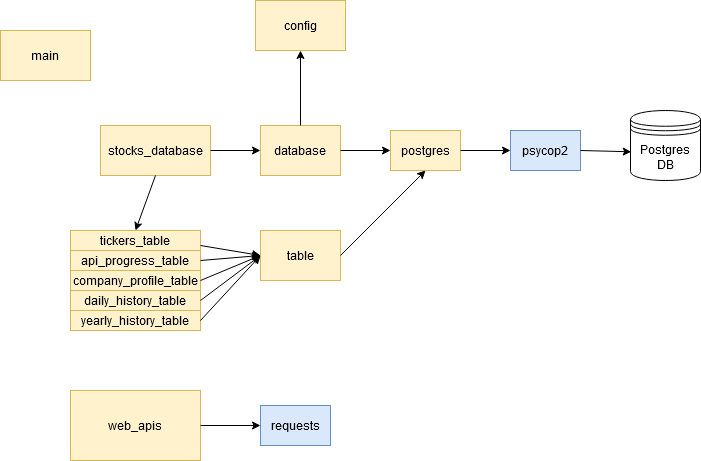
Above: docs/stocks_architecture.png in ryukaider/stocks (draw.io), before the change. Source tidied: cells renumbered, new cells last; positions are measured from the earlier drawing's top-left corner, leaving out a move shared by most shapes.
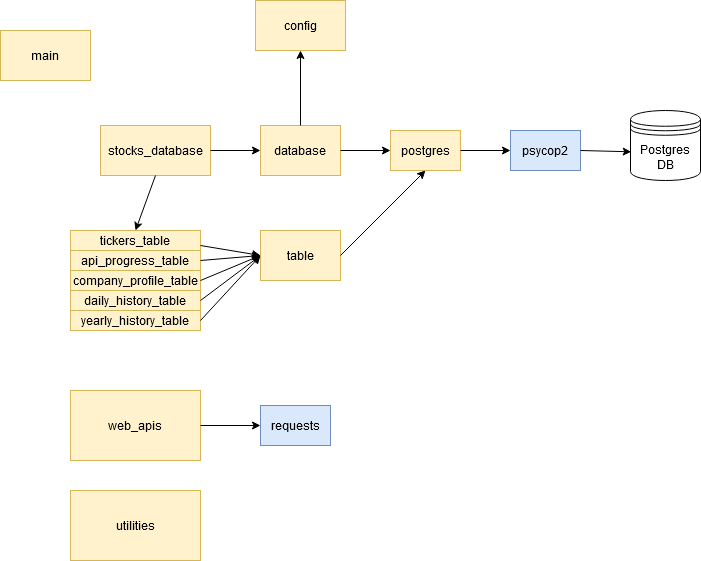
After the commit.

What changed in the source:
```diff
@@ -94,5 +94,8 @@
     <mxCell id="29" style="endArrow=classic;html=1;exitX=1;exitY=0.5;exitDx=0;exitDy=0;entryX=0;entryY=0.5;entryDx=0;entryDy=0;" parent="1" edge="1" source="27" target="28">
       <mxGeometry relative="1" as="geometry" />
     </mxCell>
+    <mxCell id="30" value="utilities" style="rounded=0;whiteSpace=wrap;html=1;fillColor=#fff2cc;strokeColor=#d6b656;" parent="1" vertex="1">
+      <mxGeometry x="70" y="490" width="130" height="70" as="geometry" />
+    </mxCell>
   </root>
 </mxGraphModel>
```
